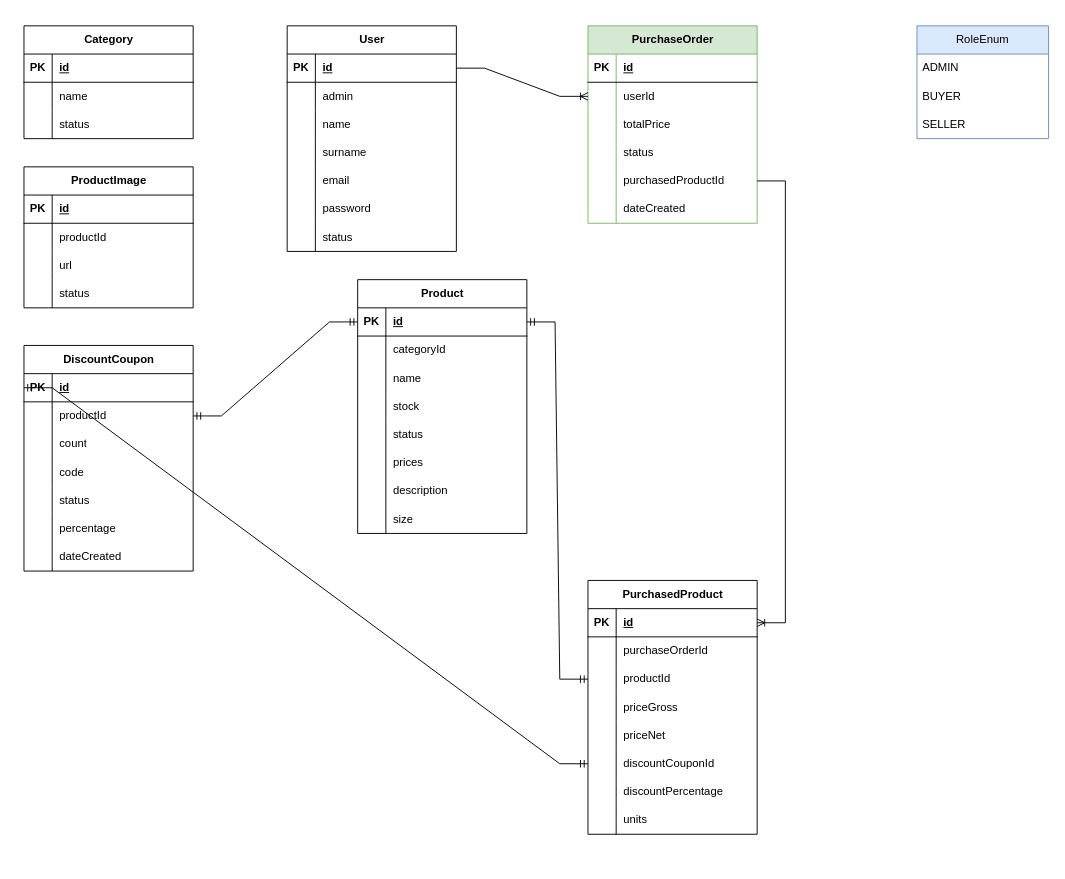
This is docs/DER.drawio from enzocazenave/ecommerce-apis-back, a draw.io file, before an edit. Source tidied: cells renumbered, new cells numbered last; positions are measured from the earlier drawing's top-left corner, leaving out a move shared by most shapes. Both pictures are drawn from the tidied source at 94%, with x=0, y=0 at pixel (14, 25).
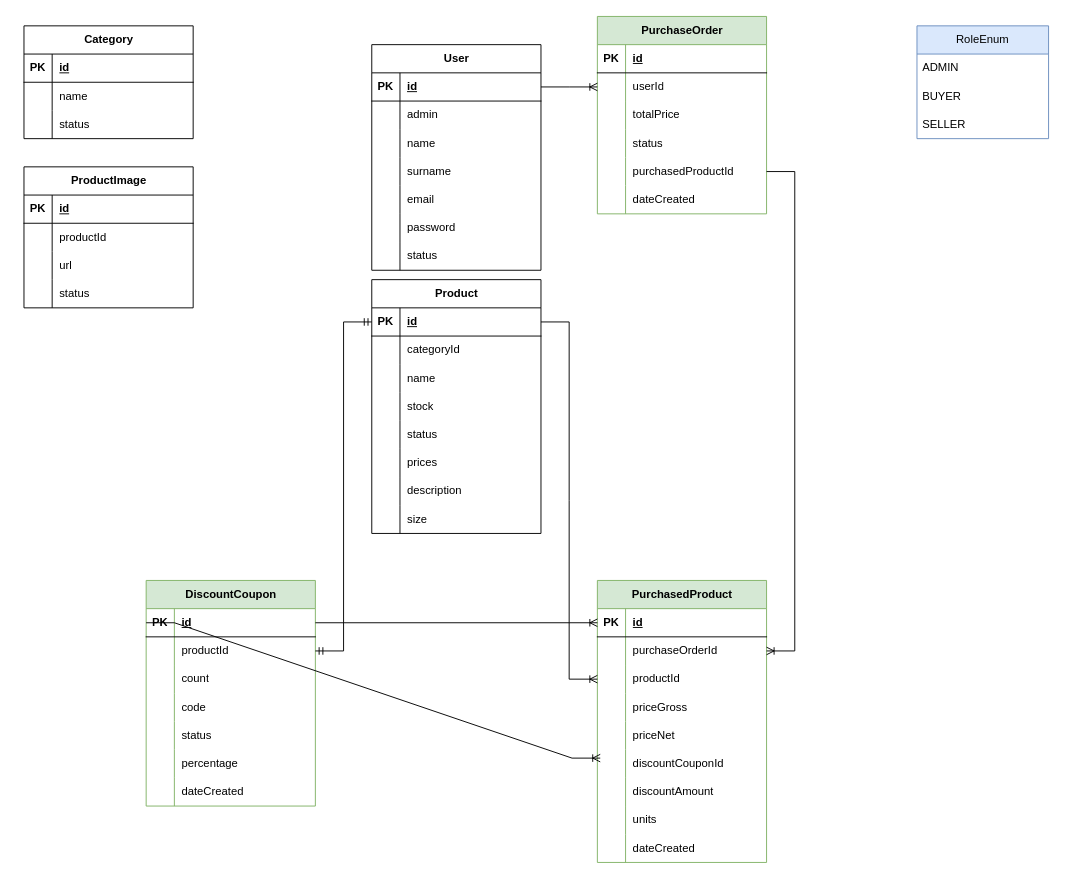
Above is the later version.

Unchanged cells that the change refers to:
```xml
<mxCell id="3" style="shape=tableRow;horizontal=0;startSize=0;swimlaneHead=0;swimlaneBody=0;fillColor=none;points=[[0,0.5],[1,0.5]];portConstraint=eastwest;top=0;left=0;right=0;bottom=1;" parent="2" vertex="1">
  <mxGeometry y="30" width="180" height="30" as="geometry" />
</mxCell>
<mxCell id="6" style="shape=tableRow;horizontal=0;startSize=0;swimlaneHead=0;swimlaneBody=0;fillColor=none;points=[[0,0.5],[1,0.5]];portConstraint=eastwest;top=0;left=0;right=0;bottom=0;" parent="2" vertex="1">
  <mxGeometry y="60" width="180" height="30" as="geometry" />
</mxCell>
<mxCell id="9" style="shape=tableRow;horizontal=0;startSize=0;swimlaneHead=0;swimlaneBody=0;fillColor=none;points=[[0,0.5],[1,0.5]];portConstraint=eastwest;top=0;left=0;right=0;bottom=0;" parent="2" vertex="1">
  <mxGeometry y="90" width="180" height="30" as="geometry" />
</mxCell>
<mxCell id="18" style="shape=tableRow;horizontal=0;startSize=0;swimlaneHead=0;swimlaneBody=0;fillColor=none;points=[[0,0.5],[1,0.5]];portConstraint=eastwest;top=0;left=0;right=0;bottom=0;" parent="2" vertex="1">
  <mxGeometry y="180" width="180" height="30" as="geometry" />
</mxCell>
<mxCell id="21" style="shape=tableRow;horizontal=0;startSize=0;swimlaneHead=0;swimlaneBody=0;fillColor=none;top=0;left=0;right=0;bottom=0;" parent="2" vertex="1">
  <mxGeometry y="210" width="180" height="30" as="geometry" />
</mxCell>
<mxCell id="40" style="shape=tableRow;horizontal=0;startSize=0;swimlaneHead=0;swimlaneBody=0;fillColor=none;points=[[0,0.5],[1,0.5]];portConstraint=eastwest;top=0;left=0;right=0;bottom=0;" parent="27" vertex="1">
  <mxGeometry y="150" width="180" height="30" as="geometry" />
</mxCell>
<mxCell id="47" style="shape=tableRow;horizontal=0;startSize=0;swimlaneHead=0;swimlaneBody=0;fillColor=none;points=[[0,0.5],[1,0.5]];portConstraint=eastwest;top=0;left=0;right=0;bottom=1;" parent="46" vertex="1">
  <mxGeometry y="30" width="180" height="30" as="geometry" />
</mxCell>
<mxCell id="50" style="shape=tableRow;horizontal=0;startSize=0;swimlaneHead=0;swimlaneBody=0;fillColor=none;points=[[0,0.5],[1,0.5]];portConstraint=eastwest;top=0;left=0;right=0;bottom=0;" parent="46" vertex="1">
  <mxGeometry y="60" width="180" height="30" as="geometry" />
</mxCell>
<mxCell id="92" style="shape=tableRow;horizontal=0;startSize=0;swimlaneHead=0;swimlaneBody=0;fillColor=none;points=[[0,0.5],[1,0.5]];portConstraint=eastwest;top=0;left=0;right=0;bottom=1;" parent="91" vertex="1">
  <mxGeometry y="30" width="180" height="30" as="geometry" />
</mxCell>
```

Change to the diagram source:
```diff
@@
-    <mxCell id="2" value="PurchasedProduct" style="shape=table;startSize=30;childLayout=tableLayout;rowLines=0;fontStyle=1;align=center;html=1;" parent="1" vertex="1">
-      <mxGeometry x="610" y="590" width="180" height="270" as="geometry" />
+    <mxCell id="2" value="PurchasedProduct" style="shape=table;startSize=30;childLayout=tableLayout;rowLines=0;fontStyle=1;align=center;html=1;fillColor=#d5e8d4;strokeColor=#82b366;" parent="1" vertex="1">
+      <mxGeometry x="620" y="590" width="180" height="300" as="geometry" />
     </mxCell>
@@
-    <mxCell id="23" value="discountPercentage" style="shape=partialRectangle;fillColor=none;top=0;left=0;bottom=0;right=0;align=left;spacingLeft=6;overflow=hidden;whiteSpace=wrap;html=1;" parent="21" vertex="1">
+    <mxCell id="23" value="discountAmount" style="shape=partialRectangle;fillColor=none;top=0;left=0;bottom=0;right=0;align=left;spacingLeft=6;overflow=hidden;whiteSpace=wrap;html=1;" parent="21" vertex="1">
       <mxGeometry x="30" width="150" height="30" as="geometry" />
     </mxCell>
@@
+    <mxCell id="147" style="shape=tableRow;horizontal=0;startSize=0;swimlaneHead=0;swimlaneBody=0;fillColor=none;top=0;left=0;right=0;bottom=0;" parent="2" vertex="1">
+      <mxGeometry y="270" width="180" height="30" as="geometry" />
+    </mxCell>
+    <mxCell id="148" style="shape=partialRectangle;fillColor=none;top=0;left=0;bottom=0;right=0;overflow=hidden;whiteSpace=wrap;html=1;" parent="147" vertex="1">
+      <mxGeometry width="30" height="30" as="geometry" />
+    </mxCell>
+    <mxCell id="149" value="dateCreated" style="shape=partialRectangle;fillColor=none;top=0;left=0;bottom=0;right=0;align=left;spacingLeft=6;overflow=hidden;whiteSpace=wrap;html=1;" parent="147" vertex="1">
+      <mxGeometry x="30" width="150" height="30" as="geometry" />
+    </mxCell>
     <mxCell id="27" value="PurchaseOrder" style="shape=table;startSize=30;childLayout=tableLayout;rowLines=0;fontStyle=1;align=center;html=1;fillColor=#d5e8d4;strokeColor=#82b366;" parent="1" vertex="1">
-      <mxGeometry x="610" width="180" height="210" as="geometry" />
+      <mxGeometry x="620" y="-10" width="180" height="210" as="geometry" />
     </mxCell>
@@
-    <mxCell id="46" value="DiscountCoupon" style="shape=table;startSize=30;childLayout=tableLayout;rowLines=0;fontStyle=1;align=center;html=1;" parent="1" vertex="1">
-      <mxGeometry x="10" y="340" width="180" height="240" as="geometry" />
+    <mxCell id="46" value="DiscountCoupon" style="shape=table;startSize=30;childLayout=tableLayout;rowLines=0;fontStyle=1;align=center;html=1;fillColor=#d5e8d4;strokeColor=#82b366;" parent="1" vertex="1">
+      <mxGeometry x="140" y="590" width="180" height="240" as="geometry" />
     </mxCell>
@@
     <mxCell id="91" value="Product" style="shape=table;startSize=30;childLayout=tableLayout;rowLines=0;fontStyle=1;align=center;html=1;" parent="1" vertex="1">
-      <mxGeometry x="365" y="270" width="180" height="270" as="geometry" />
+      <mxGeometry x="380" y="270" width="180" height="270" as="geometry" />
     </mxCell>
@@
     <mxCell id="116" value="User" style="shape=table;startSize=30;childLayout=tableLayout;rowLines=0;fontStyle=1;align=center;html=1;" parent="1" vertex="1">
-      <mxGeometry x="290" width="180" height="240" as="geometry" />
+      <mxGeometry x="380" y="20" width="180" height="240" as="geometry" />
     </mxCell>
@@
-    <mxCell id="138" style="edgeStyle=entityRelationEdgeStyle;fontSize=12;html=1;endArrow=ERoneToMany;rounded=0;entryX=1;entryY=0.5;entryDx=0;entryDy=0;" parent="1" edge="1" source="40" target="3">
+    <mxCell id="138" style="edgeStyle=entityRelationEdgeStyle;fontSize=12;html=1;endArrow=ERoneToMany;rounded=0;entryX=1;entryY=0.5;entryDx=0;entryDy=0;" parent="1" edge="1" source="40" target="6">
       <mxGeometry relative="1" as="geometry">
         <Array as="points">
           <mxPoint x="590" y="290" />
         </Array>
       </mxGeometry>
     </mxCell>
-    <mxCell id="139" style="edgeStyle=entityRelationEdgeStyle;fontSize=12;html=1;endArrow=ERmandOne;startArrow=ERmandOne;rounded=0;" parent="1" edge="1" source="92" target="9">
-      <mxGeometry relative="1" as="geometry">
-        <Array as="points">
-          <mxPoint x="550" y="110" />
-        </Array>
-      </mxGeometry>
-    </mxCell>
@@
-    <mxCell id="141" style="edgeStyle=entityRelationEdgeStyle;fontSize=12;html=1;endArrow=ERmandOne;startArrow=ERmandOne;rounded=0;entryX=0;entryY=0.5;entryDx=0;entryDy=0;exitX=1;exitY=0.5;exitDx=0;exitDy=0;" parent="1" edge="1" source="50" target="92">
-      <mxGeometry relative="1" as="geometry">
-        <Array as="points">
-          <mxPoint x="360" y="620" />
-          <mxPoint x="370" y="610" />
-          <mxPoint x="240" y="550" />
-        </Array>
-      </mxGeometry>
-    </mxCell>
@@
+    <mxCell id="150" style="edgeStyle=entityRelationEdgeStyle;fontSize=12;html=1;endArrow=ERmandOne;startArrow=ERmandOne;rounded=0;exitX=0;exitY=0.5;exitDx=0;exitDy=0;entryX=1;entryY=0.5;entryDx=0;entryDy=0;" parent="1" edge="1" source="92" target="50">
+      <mxGeometry relative="1" as="geometry">
+        <Array as="points">
+          <mxPoint x="380" y="320" />
+          <mxPoint x="240" y="420" />
+          <mxPoint x="330" y="570" />
+          <mxPoint x="330" y="570" />
+          <mxPoint x="380" y="570" />
+        </Array>
+      </mxGeometry>
+    </mxCell>
+    <mxCell id="151" style="edgeStyle=entityRelationEdgeStyle;fontSize=12;html=1;endArrow=ERoneToMany;rounded=0;exitX=1;exitY=0.5;exitDx=0;exitDy=0;entryX=0;entryY=0.5;entryDx=0;entryDy=0;" parent="1" edge="1" source="47" target="3">
+      <mxGeometry relative="1" as="geometry" />
+    </mxCell>
+    <mxCell id="139" style="edgeStyle=entityRelationEdgeStyle;fontSize=12;html=1;endArrow=ERoneToMany;rounded=0;entryX=0;entryY=0.5;entryDx=0;entryDy=0;exitX=1;exitY=0.5;exitDx=0;exitDy=0;" parent="1" edge="1" source="92" target="9">
+      <mxGeometry relative="1" as="geometry" />
+    </mxCell>
-    <mxCell id="146" style="edgeStyle=entityRelationEdgeStyle;fontSize=12;html=1;endArrow=ERmandOne;startArrow=ERmandOne;rounded=0;entryX=0;entryY=0.5;entryDx=0;entryDy=0;exitX=0;exitY=0.5;exitDx=0;exitDy=0;" parent="1" edge="1" source="47" target="18">
+    <mxCell id="146" style="edgeStyle=entityRelationEdgeStyle;fontSize=12;html=1;endArrow=ERoneToMany;rounded=0;exitX=0;exitY=0.5;exitDx=0;exitDy=0;entryX=0.017;entryY=0.3;entryDx=0;entryDy=0;entryPerimeter=0;" parent="1" edge="1" source="47" target="18">
       <mxGeometry relative="1" as="geometry">
         <Array as="points">
-          <mxPoint x="20" y="640" />
-          <mxPoint x="590" y="460" />
-          <mxPoint x="120" y="740" />
-          <mxPoint y="780" />
+          <mxPoint x="310" y="840" />
         </Array>
       </mxGeometry>
     </mxCell>
```
